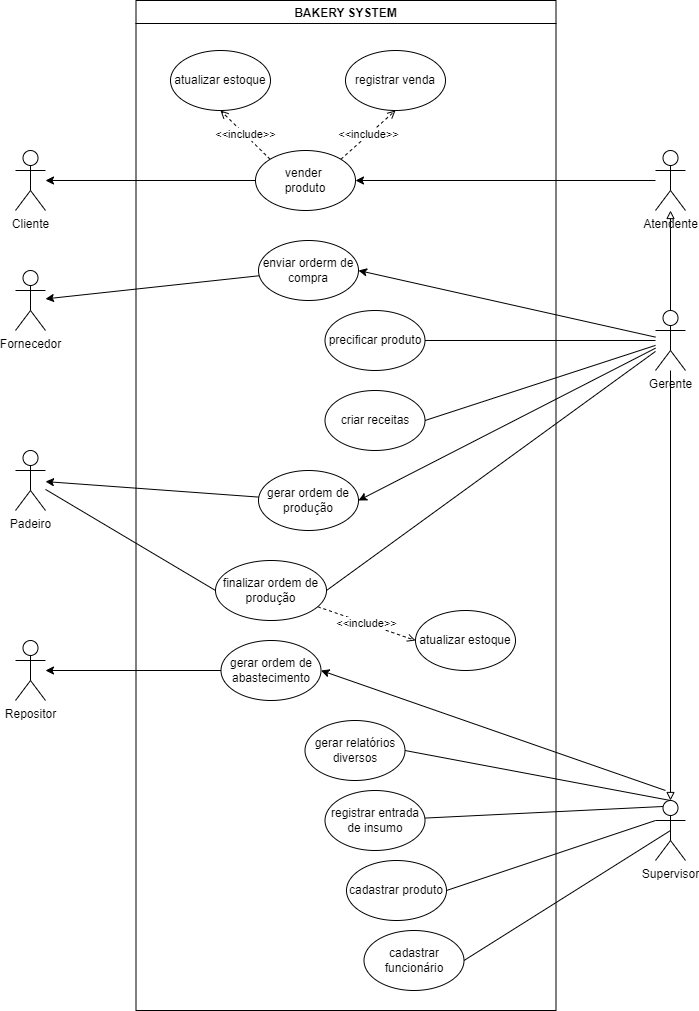
Earlier version of the draw.io export docs/img/diagrama_caso_uso_bakery.png (CarlosCamuzzi/abap-top-bakery). Source tidied: cells renumbered, new cells last; positions are measured from the earlier drawing's top-left corner, leaving out a move shared by most shapes. The source it was exported from:
```xml
<mxGraphModel>
  <root>
    <mxCell id="0" />
    <mxCell id="1" parent="0" />
    <mxCell id="2" style="edgeStyle=none;rounded=0;jettySize=auto;html=1;" parent="1" edge="1" source="29" target="3">
      <mxGeometry relative="1" as="geometry" />
    </mxCell>
    <mxCell id="3" value="Fornecedor" style="shape=umlActor;verticalLabelPosition=bottom;verticalAlign=top;html=1;outlineConnect=0;" parent="1" vertex="1">
      <mxGeometry y="270" width="30" height="60" as="geometry" />
    </mxCell>
    <mxCell id="4" style="edgeStyle=none;rounded=0;jettySize=auto;html=1;" parent="1" edge="1" source="6" target="11">
      <mxGeometry relative="1" as="geometry" />
    </mxCell>
    <mxCell id="5" style="edgeStyle=none;rounded=0;jettySize=auto;html=1;endArrow=none;endFill=0;entryX=1;entryY=0.5;entryDx=0;entryDy=0;" parent="1" edge="1" source="24" target="26">
      <mxGeometry relative="1" as="geometry" />
    </mxCell>
    <mxCell id="6" value="Atendente" style="shape=umlActor;verticalLabelPosition=bottom;verticalAlign=top;html=1;outlineConnect=0;" parent="1" vertex="1">
      <mxGeometry x="640" y="150" width="30" height="60" as="geometry" />
    </mxCell>
    <mxCell id="7" value="Cliente" style="shape=umlActor;verticalLabelPosition=bottom;verticalAlign=top;html=1;outlineConnect=0;" parent="1" vertex="1">
      <mxGeometry y="150" width="30" height="60" as="geometry" />
    </mxCell>
    <mxCell id="8" style="edgeStyle=none;rounded=0;jettySize=auto;html=1;" parent="1" edge="1" source="11" target="7">
      <mxGeometry relative="1" as="geometry" />
    </mxCell>
    <mxCell id="9" value="&amp;lt;&amp;lt;include&amp;gt;&amp;gt;" style="edgeStyle=none;rounded=0;jettySize=auto;html=1;entryX=0.5;entryY=1;entryDx=0;entryDy=0;dashed=1;endArrow=open;endFill=0;exitX=1;exitY=0;exitDx=0;exitDy=0;" parent="1" edge="1" source="11" target="13">
      <mxGeometry relative="1" as="geometry" />
    </mxCell>
    <mxCell id="10" value="&amp;lt;&amp;lt;include&amp;gt;&amp;gt;&lt;br&gt;" style="edgeStyle=none;rounded=0;jettySize=auto;html=1;dashed=1;endArrow=open;endFill=0;exitX=0;exitY=0;exitDx=0;exitDy=0;entryX=0.5;entryY=1;entryDx=0;entryDy=0;" parent="1" edge="1" source="11" target="14">
      <mxGeometry relative="1" as="geometry" />
    </mxCell>
    <mxCell id="11" value="vender &lt;br&gt;produto" style="ellipse;whiteSpace=wrap;html=1;" parent="1" vertex="1">
      <mxGeometry x="240" y="150" width="100" height="60" as="geometry" />
    </mxCell>
    <mxCell id="12" style="edgeStyle=none;rounded=0;orthogonalLoop=1;jettySize=auto;html=1;exitX=0;exitY=0.5;exitDx=0;exitDy=0;" parent="1" edge="1">
      <mxGeometry relative="1" as="geometry">
        <mxPoint x="340" y="910" as="sourcePoint" />
        <mxPoint x="340" y="910" as="targetPoint" />
      </mxGeometry>
    </mxCell>
    <mxCell id="13" value="registrar venda" style="ellipse;whiteSpace=wrap;html=1;" parent="1" vertex="1">
      <mxGeometry x="330" y="50" width="100" height="60" as="geometry" />
    </mxCell>
    <mxCell id="14" value="atualizar estoque" style="ellipse;whiteSpace=wrap;html=1;" parent="1" vertex="1">
      <mxGeometry x="155" y="50" width="100" height="60" as="geometry" />
    </mxCell>
    <mxCell id="15" style="edgeStyle=none;rounded=0;jettySize=auto;html=1;entryX=1;entryY=0.5;entryDx=0;entryDy=0;endArrow=classic;endFill=1;" parent="1" edge="1" source="24" target="29">
      <mxGeometry relative="1" as="geometry" />
    </mxCell>
    <mxCell id="16" style="edgeStyle=none;rounded=0;jettySize=auto;html=1;endArrow=none;endFill=0;exitX=0.25;exitY=0.1;exitDx=0;exitDy=0;exitPerimeter=0;" parent="1" edge="1" source="39" target="31">
      <mxGeometry relative="1" as="geometry" />
    </mxCell>
    <mxCell id="17" style="edgeStyle=none;rounded=0;jettySize=auto;html=1;entryX=1;entryY=0.5;entryDx=0;entryDy=0;endArrow=none;endFill=0;exitX=0.5;exitY=0;exitDx=0;exitDy=0;exitPerimeter=0;" parent="1" edge="1" source="39" target="27">
      <mxGeometry relative="1" as="geometry" />
    </mxCell>
    <mxCell id="18" style="edgeStyle=none;rounded=0;jettySize=auto;html=1;endArrow=block;endFill=0;" parent="1" edge="1" source="24" target="6">
      <mxGeometry relative="1" as="geometry" />
    </mxCell>
    <mxCell id="19" style="rounded=0;jettySize=auto;html=1;entryX=1;entryY=0.5;entryDx=0;entryDy=0;endArrow=none;endFill=0;exitX=0;exitY=0.3333333333333333;exitDx=0;exitDy=0;exitPerimeter=0;" parent="1" edge="1" source="39" target="28">
      <mxGeometry relative="1" as="geometry" />
    </mxCell>
    <mxCell id="20" style="edgeStyle=none;rounded=0;jettySize=auto;html=1;entryX=1;entryY=0.5;entryDx=0;entryDy=0;endArrow=none;endFill=0;exitX=0.5;exitY=0.5;exitDx=0;exitDy=0;exitPerimeter=0;" parent="1" edge="1" source="39" target="30">
      <mxGeometry relative="1" as="geometry" />
    </mxCell>
    <mxCell id="21" style="edgeStyle=none;rounded=0;jettySize=auto;html=1;entryX=1;entryY=0.5;entryDx=0;entryDy=0;endArrow=none;endFill=0;" parent="1" edge="1" source="24" target="32">
      <mxGeometry relative="1" as="geometry" />
    </mxCell>
    <mxCell id="22" style="edgeStyle=none;rounded=0;jettySize=auto;html=1;entryX=1;entryY=0.5;entryDx=0;entryDy=0;endArrow=classic;endFill=1;" parent="1" edge="1" source="24" target="33">
      <mxGeometry relative="1" as="geometry" />
    </mxCell>
    <mxCell id="23" style="edgeStyle=none;rounded=0;jettySize=auto;html=1;entryX=0.5;entryY=0;entryDx=0;entryDy=0;entryPerimeter=0;endArrow=block;endFill=0;" parent="1" edge="1" source="24" target="39">
      <mxGeometry relative="1" as="geometry" />
    </mxCell>
    <mxCell id="24" value="Gerente" style="shape=umlActor;verticalLabelPosition=bottom;verticalAlign=top;html=1;outlineConnect=0;" parent="1" vertex="1">
      <mxGeometry x="640" y="310" width="30" height="60" as="geometry" />
    </mxCell>
    <mxCell id="25" value="BAKERY SYSTEM" style="swimlane;" parent="1" vertex="1">
      <mxGeometry x="120.5" width="420" height="1010" as="geometry" />
    </mxCell>
    <mxCell id="26" value="precificar produto" style="ellipse;whiteSpace=wrap;html=1;" parent="25" vertex="1">
      <mxGeometry x="189" y="310" width="100" height="60" as="geometry" />
    </mxCell>
    <mxCell id="27" value="gerar relatórios diversos" style="ellipse;whiteSpace=wrap;html=1;" parent="25" vertex="1">
      <mxGeometry x="169" y="720" width="100" height="60" as="geometry" />
    </mxCell>
    <mxCell id="28" value="cadastrar produto" style="ellipse;whiteSpace=wrap;html=1;" parent="25" vertex="1">
      <mxGeometry x="210.5" y="860" width="100" height="60" as="geometry" />
    </mxCell>
    <mxCell id="29" value="enviar orderm de compra" style="ellipse;whiteSpace=wrap;html=1;" parent="25" vertex="1">
      <mxGeometry x="122.5" y="240" width="100" height="60" as="geometry" />
    </mxCell>
    <mxCell id="30" value="cadastrar funcionário" style="ellipse;whiteSpace=wrap;html=1;" parent="25" vertex="1">
      <mxGeometry x="228" y="930" width="100" height="60" as="geometry" />
    </mxCell>
    <mxCell id="31" value="registrar entrada de insumo" style="ellipse;whiteSpace=wrap;html=1;" parent="25" vertex="1">
      <mxGeometry x="189" y="790" width="100" height="60" as="geometry" />
    </mxCell>
    <mxCell id="32" value="criar receitas" style="ellipse;whiteSpace=wrap;html=1;" parent="25" vertex="1">
      <mxGeometry x="189" y="390" width="100" height="60" as="geometry" />
    </mxCell>
    <mxCell id="33" value="gerar ordem de produção" style="ellipse;whiteSpace=wrap;html=1;" parent="25" vertex="1">
      <mxGeometry x="122.5" y="470" width="100" height="60" as="geometry" />
    </mxCell>
    <mxCell id="34" value="&amp;lt;&amp;lt;include&amp;gt;&amp;gt;" style="edgeStyle=none;rounded=0;jettySize=auto;html=1;entryX=0;entryY=0.5;entryDx=0;entryDy=0;dashed=1;endArrow=open;endFill=0;" parent="25" edge="1" source="35" target="37">
      <mxGeometry relative="1" as="geometry" />
    </mxCell>
    <mxCell id="35" value="finalizar ordem de produção&lt;br&gt;" style="ellipse;whiteSpace=wrap;html=1;" parent="25" vertex="1">
      <mxGeometry x="79.5" y="560" width="111" height="60" as="geometry" />
    </mxCell>
    <mxCell id="36" value="gerar ordem de abastecimento&lt;br&gt;" style="ellipse;whiteSpace=wrap;html=1;" parent="25" vertex="1">
      <mxGeometry x="85" y="640" width="100" height="60" as="geometry" />
    </mxCell>
    <mxCell id="37" value="atualizar estoque" style="ellipse;whiteSpace=wrap;html=1;" parent="25" vertex="1">
      <mxGeometry x="279.5" y="610" width="100" height="60" as="geometry" />
    </mxCell>
    <mxCell id="38" style="edgeStyle=none;rounded=0;jettySize=auto;html=1;entryX=1;entryY=0.5;entryDx=0;entryDy=0;endArrow=classic;endFill=1;" parent="1" edge="1" target="36">
      <mxGeometry relative="1" as="geometry">
        <mxPoint x="650" y="790" as="sourcePoint" />
      </mxGeometry>
    </mxCell>
    <mxCell id="39" value="Supervisor" style="shape=umlActor;verticalLabelPosition=bottom;verticalAlign=top;html=1;outlineConnect=0;" parent="1" vertex="1">
      <mxGeometry x="640" y="800" width="30" height="60" as="geometry" />
    </mxCell>
    <mxCell id="40" style="edgeStyle=none;rounded=0;jettySize=auto;html=1;entryX=0;entryY=0.5;entryDx=0;entryDy=0;endArrow=none;endFill=0;" parent="1" edge="1" source="41" target="35">
      <mxGeometry relative="1" as="geometry" />
    </mxCell>
    <mxCell id="41" value="Padeiro" style="shape=umlActor;verticalLabelPosition=bottom;verticalAlign=top;html=1;outlineConnect=0;" parent="1" vertex="1">
      <mxGeometry y="450" width="30" height="60" as="geometry" />
    </mxCell>
    <mxCell id="42" style="edgeStyle=none;rounded=0;jettySize=auto;html=1;endArrow=classic;endFill=1;" parent="1" edge="1" source="33" target="41">
      <mxGeometry relative="1" as="geometry" />
    </mxCell>
    <mxCell id="43" style="edgeStyle=none;rounded=0;jettySize=auto;html=1;endArrow=none;endFill=0;exitX=1;exitY=0.5;exitDx=0;exitDy=0;" parent="1" edge="1" source="35" target="24">
      <mxGeometry relative="1" as="geometry" />
    </mxCell>
    <mxCell id="44" value="Repositor" style="shape=umlActor;verticalLabelPosition=bottom;verticalAlign=top;html=1;outlineConnect=0;" parent="1" vertex="1">
      <mxGeometry y="640" width="30" height="60" as="geometry" />
    </mxCell>
    <mxCell id="45" style="edgeStyle=none;rounded=0;jettySize=auto;html=1;endArrow=classic;endFill=1;" parent="1" edge="1" source="36" target="44">
      <mxGeometry relative="1" as="geometry" />
    </mxCell>
  </root>
</mxGraphModel>
```
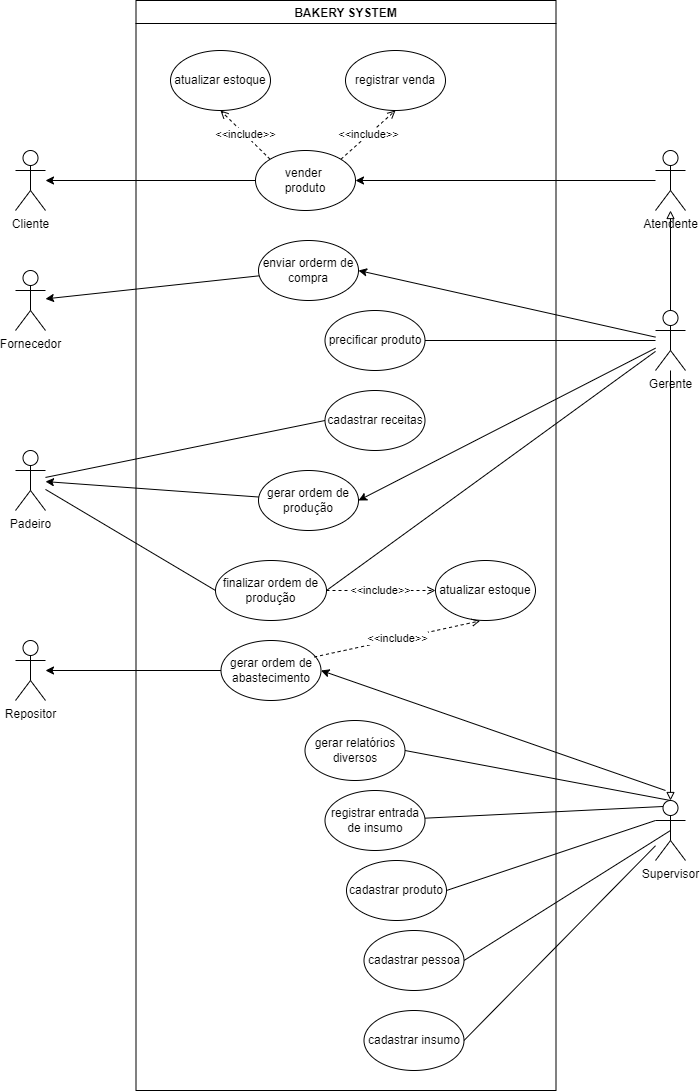
Above is the later version.

Commit message:
atualização diagrama de caso de uso

Diff of the diagram source:
```diff
@@ -62,9 +62,6 @@
     <mxCell id="20" style="edgeStyle=none;rounded=0;jettySize=auto;html=1;entryX=1;entryY=0.5;entryDx=0;entryDy=0;endArrow=none;endFill=0;exitX=0.5;exitY=0.5;exitDx=0;exitDy=0;exitPerimeter=0;" parent="1" edge="1" source="39" target="30">
       <mxGeometry relative="1" as="geometry" />
     </mxCell>
-    <mxCell id="21" style="edgeStyle=none;rounded=0;jettySize=auto;html=1;entryX=1;entryY=0.5;entryDx=0;entryDy=0;endArrow=none;endFill=0;" parent="1" edge="1" source="24" target="32">
-      <mxGeometry relative="1" as="geometry" />
-    </mxCell>
     <mxCell id="22" style="edgeStyle=none;rounded=0;jettySize=auto;html=1;entryX=1;entryY=0.5;entryDx=0;entryDy=0;endArrow=classic;endFill=1;" parent="1" edge="1" source="24" target="33">
       <mxGeometry relative="1" as="geometry" />
     </mxCell>
@@ -75,7 +72,7 @@
       <mxGeometry x="640" y="310" width="30" height="60" as="geometry" />
     </mxCell>
     <mxCell id="25" value="BAKERY SYSTEM" style="swimlane;" parent="1" vertex="1">
-      <mxGeometry x="120.5" width="420" height="1010" as="geometry" />
+      <mxGeometry x="120.5" width="420" height="1090" as="geometry" />
     </mxCell>
     <mxCell id="26" value="precificar produto" style="ellipse;whiteSpace=wrap;html=1;" parent="25" vertex="1">
       <mxGeometry x="189" y="310" width="100" height="60" as="geometry" />
@@ -89,13 +86,13 @@
     <mxCell id="29" value="enviar orderm de compra" style="ellipse;whiteSpace=wrap;html=1;" parent="25" vertex="1">
       <mxGeometry x="122.5" y="240" width="100" height="60" as="geometry" />
     </mxCell>
-    <mxCell id="30" value="cadastrar funcionário" style="ellipse;whiteSpace=wrap;html=1;" parent="25" vertex="1">
+    <mxCell id="30" value="cadastrar pessoa" style="ellipse;whiteSpace=wrap;html=1;" parent="25" vertex="1">
       <mxGeometry x="228" y="930" width="100" height="60" as="geometry" />
     </mxCell>
     <mxCell id="31" value="registrar entrada de insumo" style="ellipse;whiteSpace=wrap;html=1;" parent="25" vertex="1">
       <mxGeometry x="189" y="790" width="100" height="60" as="geometry" />
     </mxCell>
-    <mxCell id="32" value="criar receitas" style="ellipse;whiteSpace=wrap;html=1;" parent="25" vertex="1">
+    <mxCell id="32" value="cadastrar receitas" style="ellipse;whiteSpace=wrap;html=1;" parent="25" vertex="1">
       <mxGeometry x="189" y="390" width="100" height="60" as="geometry" />
     </mxCell>
     <mxCell id="33" value="gerar ordem de produção" style="ellipse;whiteSpace=wrap;html=1;" parent="25" vertex="1">
@@ -111,19 +108,31 @@
       <mxGeometry x="85" y="640" width="100" height="60" as="geometry" />
     </mxCell>
     <mxCell id="37" value="atualizar estoque" style="ellipse;whiteSpace=wrap;html=1;" parent="25" vertex="1">
-      <mxGeometry x="279.5" y="610" width="100" height="60" as="geometry" />
+      <mxGeometry x="299.5" y="560" width="100" height="60" as="geometry" />
     </mxCell>
+    <mxCell id="46" value="&amp;lt;&amp;lt;include&amp;gt;&amp;gt;" style="edgeStyle=none;rounded=0;jettySize=auto;html=1;dashed=1;endArrow=open;endFill=0;exitX=0.932;exitY=0.275;exitDx=0;exitDy=0;exitPerimeter=0;entryX=0.445;entryY=1.007;entryDx=0;entryDy=0;entryPerimeter=0;" parent="25" edge="1" source="36" target="37">
+      <mxGeometry relative="1" as="geometry" />
+    </mxCell>
+    <mxCell id="47" value="cadastrar insumo" style="ellipse;whiteSpace=wrap;html=1;" parent="25" vertex="1">
+      <mxGeometry x="228" y="1010" width="100" height="60" as="geometry" />
+    </mxCell>
     <mxCell id="38" style="edgeStyle=none;rounded=0;jettySize=auto;html=1;entryX=1;entryY=0.5;entryDx=0;entryDy=0;endArrow=classic;endFill=1;" parent="1" edge="1" target="36">
       <mxGeometry relative="1" as="geometry">
         <mxPoint x="650" y="790" as="sourcePoint" />
       </mxGeometry>
     </mxCell>
+    <mxCell id="48" style="edgeStyle=none;rounded=0;jettySize=auto;html=1;entryX=1;entryY=0.5;entryDx=0;entryDy=0;endArrow=none;endFill=0;" parent="1" edge="1" source="39" target="47">
+      <mxGeometry relative="1" as="geometry" />
+    </mxCell>
     <mxCell id="39" value="Supervisor" style="shape=umlActor;verticalLabelPosition=bottom;verticalAlign=top;html=1;outlineConnect=0;" parent="1" vertex="1">
       <mxGeometry x="640" y="800" width="30" height="60" as="geometry" />
     </mxCell>
     <mxCell id="40" style="edgeStyle=none;rounded=0;jettySize=auto;html=1;entryX=0;entryY=0.5;entryDx=0;entryDy=0;endArrow=none;endFill=0;" parent="1" edge="1" source="41" target="35">
       <mxGeometry relative="1" as="geometry" />
     </mxCell>
+    <mxCell id="49" style="rounded=0;jettySize=auto;html=1;endArrow=none;endFill=0;entryX=0;entryY=0.5;entryDx=0;entryDy=0;" parent="1" edge="1" source="41" target="32">
+      <mxGeometry relative="1" as="geometry" />
+    </mxCell>
     <mxCell id="41" value="Padeiro" style="shape=umlActor;verticalLabelPosition=bottom;verticalAlign=top;html=1;outlineConnect=0;" parent="1" vertex="1">
       <mxGeometry y="450" width="30" height="60" as="geometry" />
     </mxCell>
```
